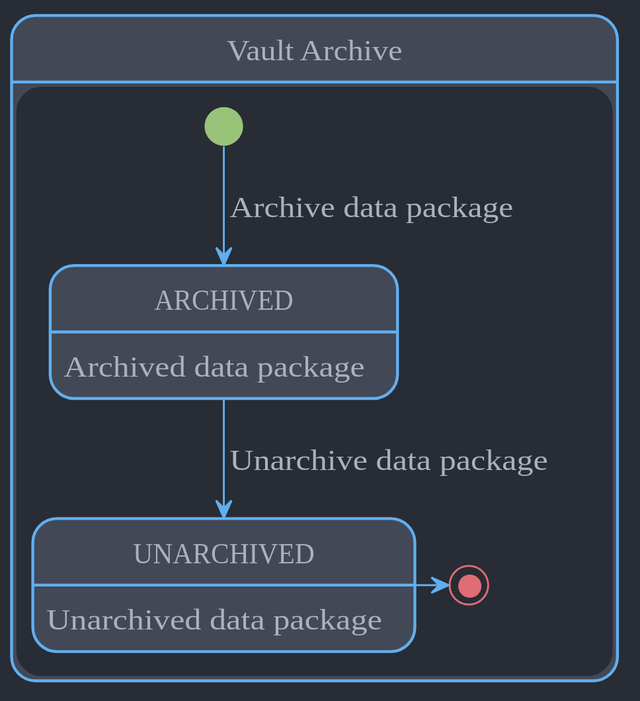
UtrechtUniversity/yoda keeps this PlantUML diagram as docs/design/overview/img/vault-archive/vault-archive-state-diagram.svg. Above is the earlier version. The source it was exported from:
```plantuml
@startuml





skinparam backgroundColor #282c34

skinparam {
  ActivityBackgroundColor        #424856
  ActivityBarColor               #abb2bf
  ActivityBorderColor            #61afef

  ActivityDiamondBackgroundColor #424856
  ActivityDiamondBorderColor     #61afef

  ActivityEndColor               #e06c75

  ActivityStartColor             #98c379
  ActivityStopColor              #e06c75

  ActorBackgroundColor        #424856
  ActorBorderColor            #61afef

  ActorStereotypeFontColor    #abb2bf

  AgentBackgroundColor       #424856
  AgentBorderColor           #61afef

  ArrowColor #61afef

  ArtifactBackgroundColor     #424856
  ArtifactBorderColor         #61afef

  BackgroundColor #282c34

  BoundaryBackgroundColor     #424856
  BoundaryBorderColor         #61afef

  CardBackgroundColor     #424856
  CardBorderColor         #61afef

  ClassBackgroundColor   #424856
  ClassBorderColor       #abb2bf

  CloudBackgroundColor        #424856
  CloudBorderColor            #61afef

  CollectionsBackgroundColor #424856
  CollectionsBorderColor     #61afef

  ComponentBackgroundColor       #424856
  ComponentBorderColor           #61afef

  ControlBackgroundColor #424856
  ControlBorderColor     #61afef
  ControlFontColor       #abb2bf

  ControlStereotypeFontColor #abb2bf

  DatabaseBackgroundColor       #424856
  DatabaseBorderColor           #61afef

  DefaultFontColor #abb2bf
  DefaultFontSize 15

  DefaultFontName CMU Serif

  Dpi 200

  EntityBackgroundColor #424856
  EntityBorderColor     #61afef

  FileBackgroundColor #424856
  FileBorderColor     #61afef

  FolderBackgroundColor #424856
  FolderBorderColor     #61afef

  FrameBackgroundColor       #424856
  FrameBorderColor           #61afef

  HexagonBackgroundColor #424856
  HexagonBorderColor     #61afef

  InterfaceBackgroundColor       #424856
  InterfaceBorderColor           #61afef

  LegendBackgroundColor   #424856
  LegendBorderColor       #abb2bf

  NodeBackgroundColor       #424856
  NodeBorderColor           #61afef

  NoteBackgroundColor   #e5c07b
  NoteBorderColor       #282c34

  NoteFontColor         #282c34

  ObjectBackgroundColor       #424856
  ObjectBorderColor           #61afef

  PackageBackgroundColor       #282c34
  PackageBorderColor           #61afef

  Padding 2
  ParticipantBackgroundColor #424856
  ParticipantBorderColor     #61afef

  PartitionBackgroundColor transparent
  PartitionBorderColor     #abb2bf

  PersonBackgroundColor #424856
  PersonBorderColor     #61afef

  QueueBackgroundColor       #424856
  QueueBorderColor           #61afef

  RectangleBackgroundColor       #424856
  RectangleBorderColor           #61afef

  SequenceBoxBackgroundColor #424856
  SequenceBoxBorderColor     #61afef

  SequenceDividerBackgroundColor   #424856
  SequenceDividerBorderColor       #abb2bf

  SequenceGroupBackgroundColor       #424856

  SequenceGroupBorderColor           #abb2bf

  SequenceLifeLineBackgroundColor   #282c34
  SequenceLifeLineBorderColor       #61afef

  SequenceNewpageSeparatorColor  #abb2bf

  SequenceReferenceBackgroundColor        transparent
  SequenceReferenceBorderColor            #abb2bf

  SequenceReferenceHeaderBackgroundColor #424856

  Shadowing false

  StackBackgroundColor       #424856
  StackBorderColor           #61afef

  StateBackgroundColor    #424856
  StateBorderColor        #61afef
  StateEndColor           #e06c75

  StateStartColor         #98c379

  StorageBackgroundColor #424856
  StorageBorderColor     #abb2bf

  SwimlaneBorderColor            #abb2bf

  UsecaseBackgroundColor       #424856
  UsecaseBorderColor           #61afef
}


state VaultArchive as "Vault Archive" {
  ARCHIVED : Archived data package
  UNARCHIVED : Unarchived data package

  [*] --> ARCHIVED        : Archive data package
  ARCHIVED --> UNARCHIVED : Unarchive data package
  UNARCHIVED -> [*]
}

@enduml
```
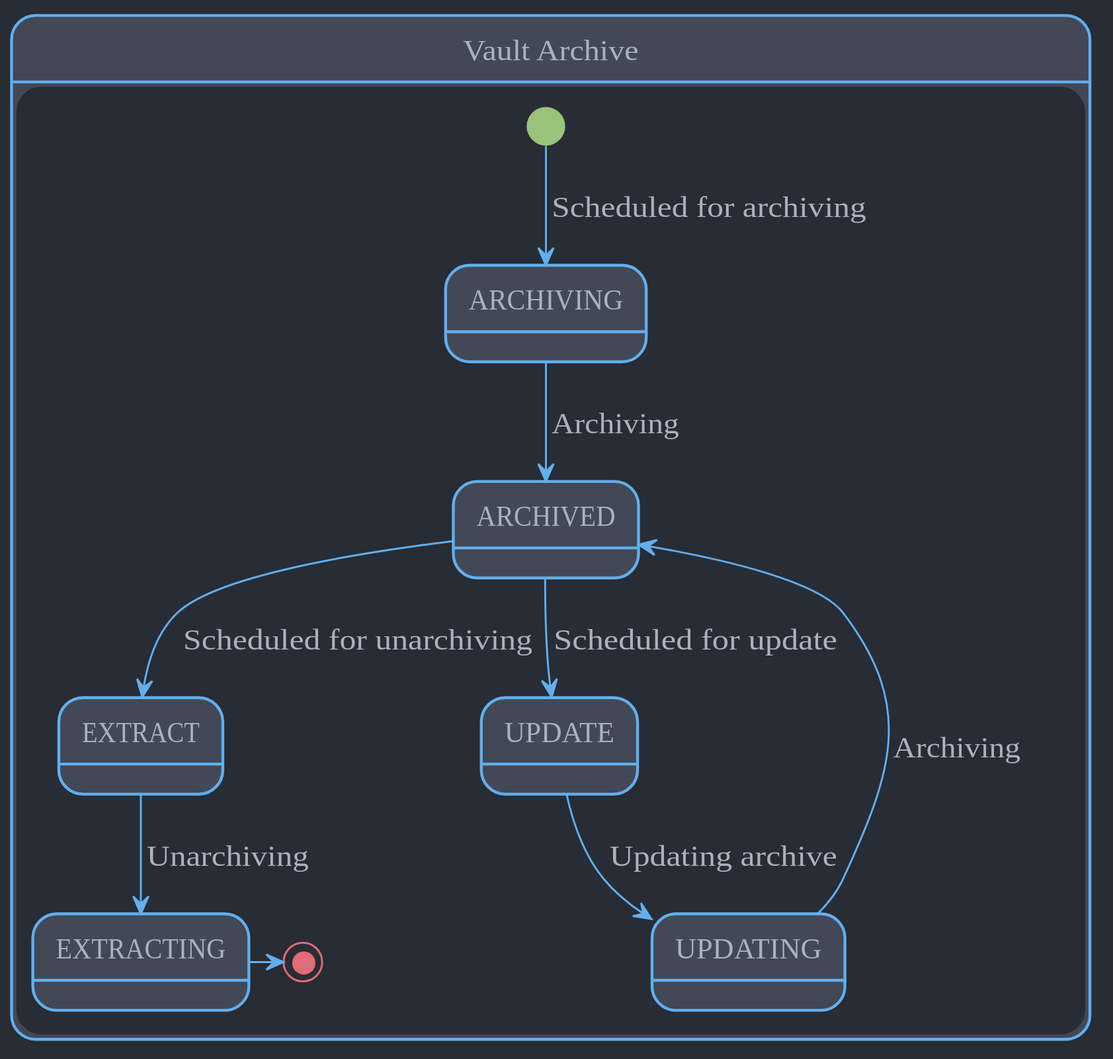
The same diagram one commit later.

Commit message:
Update vault archive design docs

The edit, as a diff of the source:
```diff
@@ -161,12 +161,14 @@
 
 
 state VaultArchive as "Vault Archive" {
-  ARCHIVED : Archived data package
-  UNARCHIVED : Unarchived data package
-
-  [*] --> ARCHIVED        : Archive data package
-  ARCHIVED --> UNARCHIVED : Unarchive data package
-  UNARCHIVED -> [*]
+  [*] --> ARCHIVING      : Scheduled for archiving
+  ARCHIVING --> ARCHIVED : Archiving
+  ARCHIVED --> EXTRACT   : Scheduled for unarchiving
+  EXTRACT --> EXTRACTING : Unarchiving
+  ARCHIVED --> UPDATE    : Scheduled for update
+  UPDATE --> UPDATING    : Updating archive
+  UPDATING --> ARCHIVED  : Archiving
+  EXTRACTING -> [*]
 }
 
 @enduml
```
